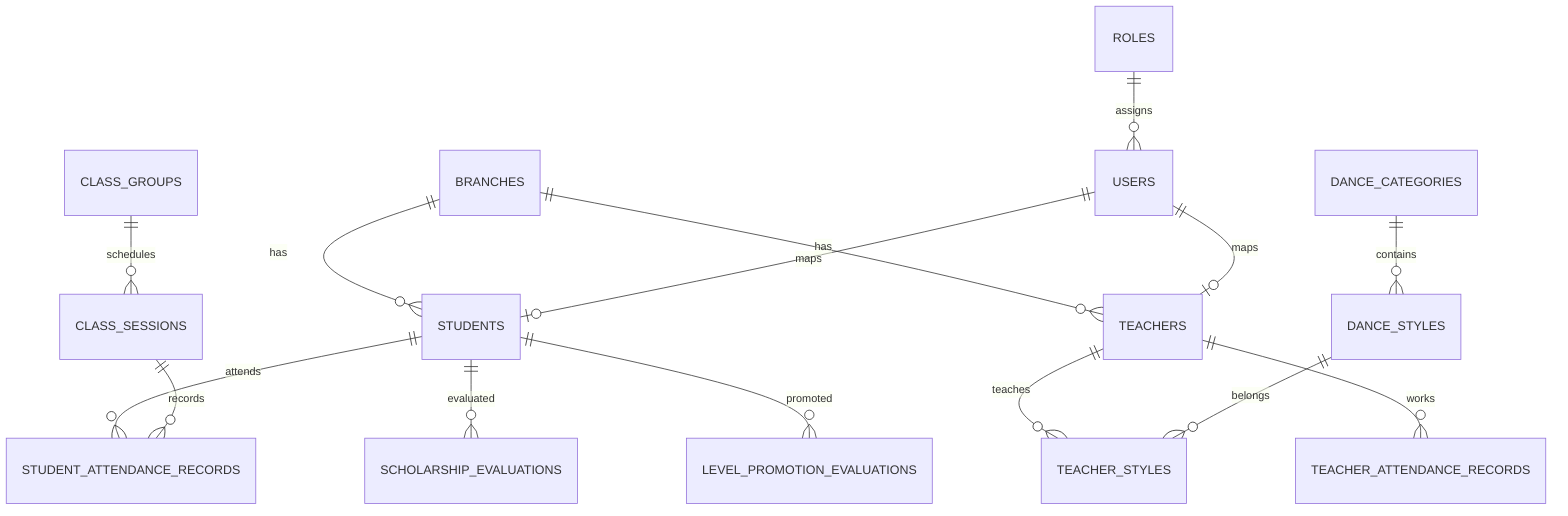
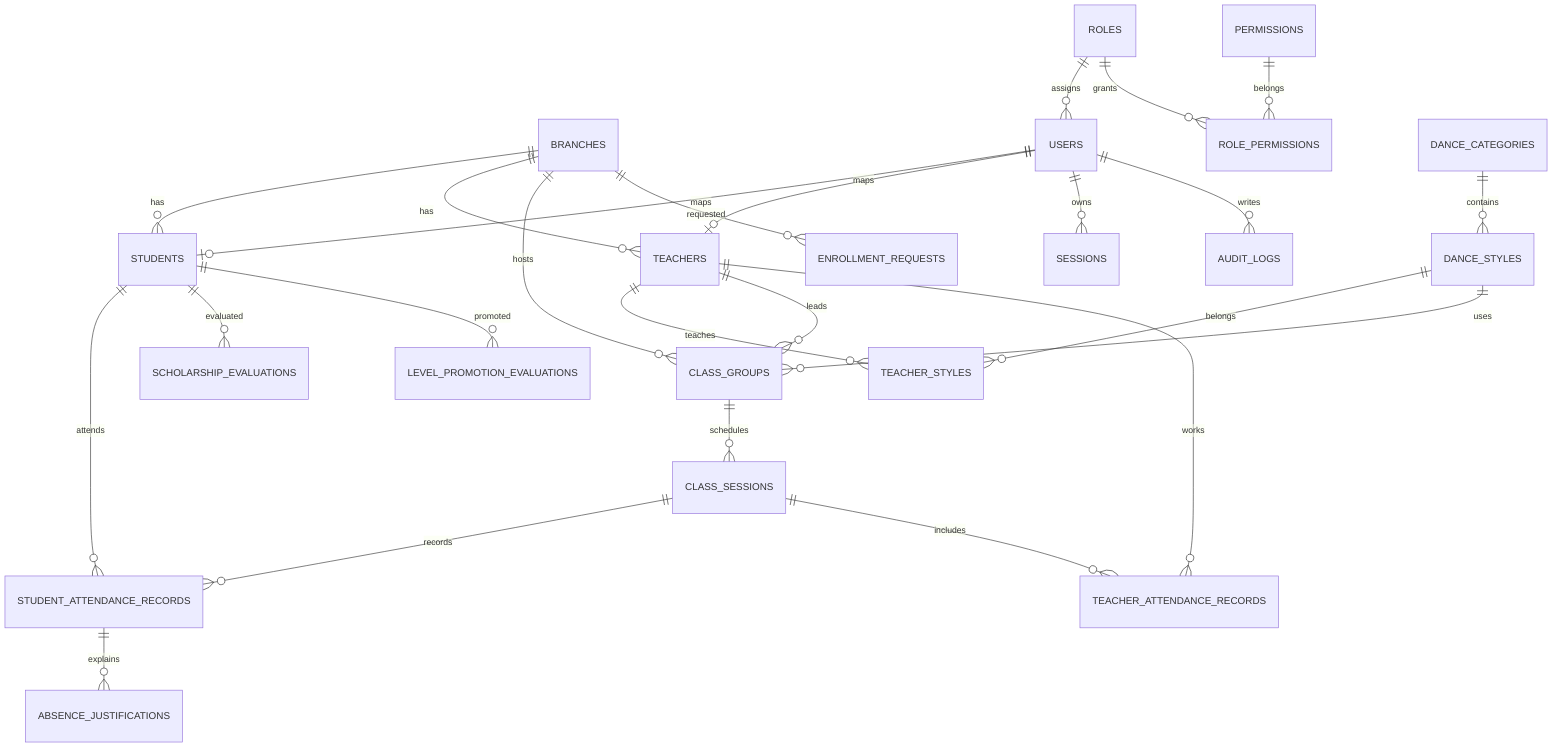
erDiagram
  BRANCHES ||--o{ STUDENTS : has
  BRANCHES ||--o{ TEACHERS : has
+   BRANCHES ||--o{ CLASS_GROUPS : hosts
+   ROLES ||--o{ USERS : assigns
+   ROLES ||--o{ ROLE_PERMISSIONS : grants
+   PERMISSIONS ||--o{ ROLE_PERMISSIONS : belongs
  USERS ||--o| STUDENTS : maps
  USERS ||--o| TEACHERS : maps
-   ROLES ||--o{ USERS : assigns
+   USERS ||--o{ SESSIONS : owns
+   USERS ||--o{ AUDIT_LOGS : writes
  DANCE_CATEGORIES ||--o{ DANCE_STYLES : contains
  TEACHERS ||--o{ TEACHER_STYLES : teaches
  DANCE_STYLES ||--o{ TEACHER_STYLES : belongs
+   DANCE_STYLES ||--o{ CLASS_GROUPS : uses
+   TEACHERS ||--o{ CLASS_GROUPS : leads
  CLASS_GROUPS ||--o{ CLASS_SESSIONS : schedules
  STUDENTS ||--o{ STUDENT_ATTENDANCE_RECORDS : attends
  CLASS_SESSIONS ||--o{ STUDENT_ATTENDANCE_RECORDS : records
  TEACHERS ||--o{ TEACHER_ATTENDANCE_RECORDS : works
+   CLASS_SESSIONS ||--o{ TEACHER_ATTENDANCE_RECORDS : includes
+   STUDENT_ATTENDANCE_RECORDS ||--o{ ABSENCE_JUSTIFICATIONS : explains
  STUDENTS ||--o{ SCHOLARSHIP_EVALUATIONS : evaluated
  STUDENTS ||--o{ LEVEL_PROMOTION_EVALUATIONS : promoted
+   BRANCHES ||--o{ ENROLLMENT_REQUESTS : requested
